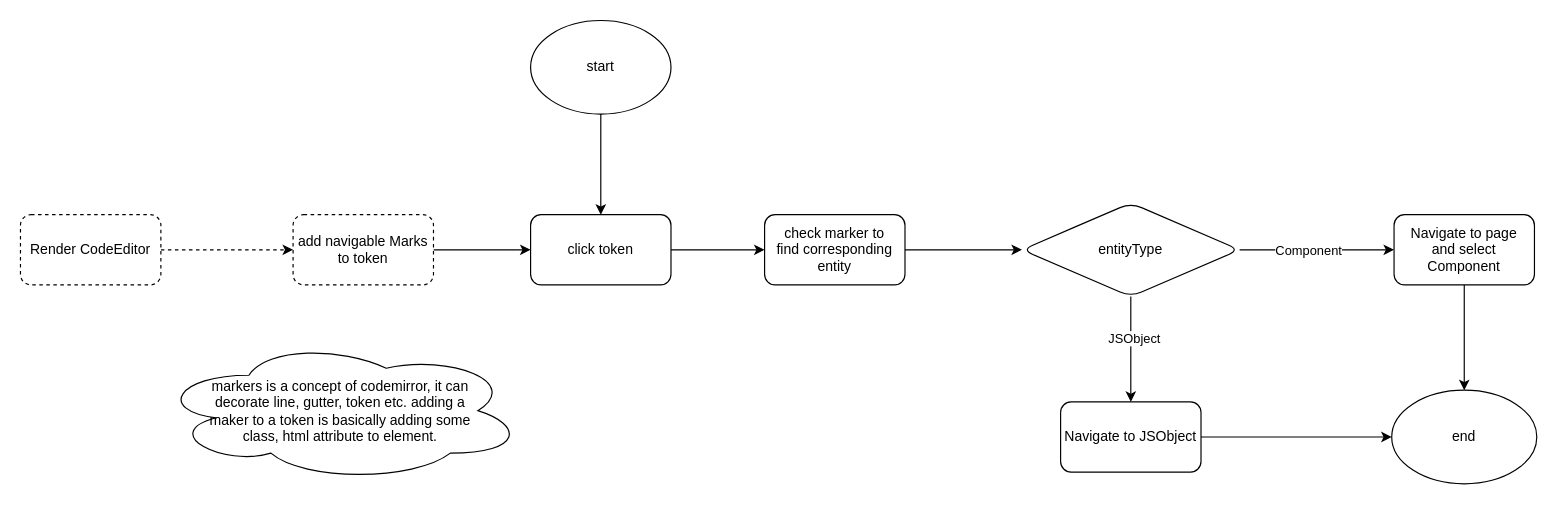
Above: appsmith-jump-to-def.drawio in Zsynuting/diagram (draw.io), before the change. Source tidied: cells renumbered, new cells numbered last; positions are measured from the earlier drawing's top-left corner, leaving out a move shared by most shapes. Both pictures are drawn from the tidied source at 117%, with x=0, y=0 at pixel (20, 20).
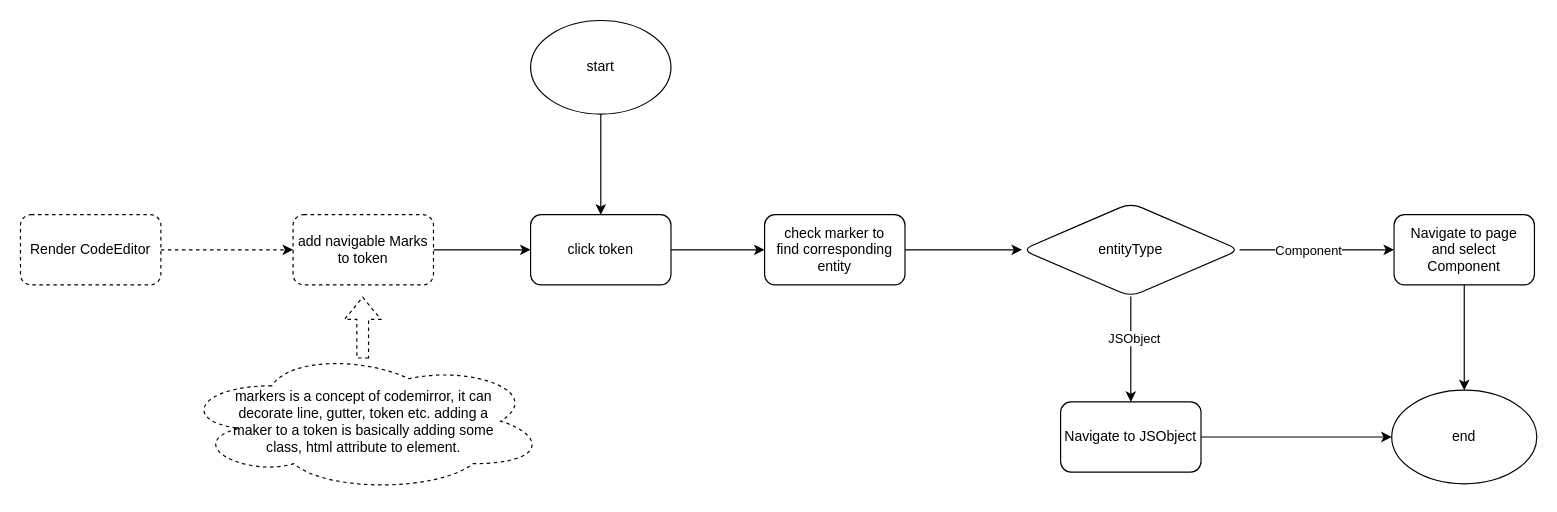
Above is the later version.

Diff of the diagram source:
```diff
@@
-    <mxCell id="6" value="markers is a concept of codemirror, it can &lt;br&gt;decorate line, gutter, token etc. adding a&lt;br&gt;maker to a token is basically adding some &lt;br&gt;class, html attribute to element." style="ellipse;shape=cloud;whiteSpace=wrap;html=1;" parent="1" vertex="1">
-      <mxGeometry x="117" y="273" width="313" height="121" as="geometry" />
+    <mxCell id="6" value="markers is a concept of codemirror, it can &lt;br&gt;decorate line, gutter, token etc. adding a&lt;br&gt;maker to a token is basically adding some &lt;br&gt;class, html attribute to element." style="ellipse;shape=cloud;whiteSpace=wrap;html=1;dashed=1;" parent="1" vertex="1">
+      <mxGeometry x="136.5" y="282" width="313" height="121" as="geometry" />
     </mxCell>
@@
+    <mxCell id="23" style="shape=flexArrow;endArrow=classic;html=1;rounded=0;dashed=1;" parent="1" edge="1">
+      <mxGeometry relative="1" as="geometry">
+        <mxPoint x="292.5" y="289" as="sourcePoint" />
+        <mxPoint x="292.5" y="236" as="targetPoint" />
+      </mxGeometry>
+    </mxCell>
```
